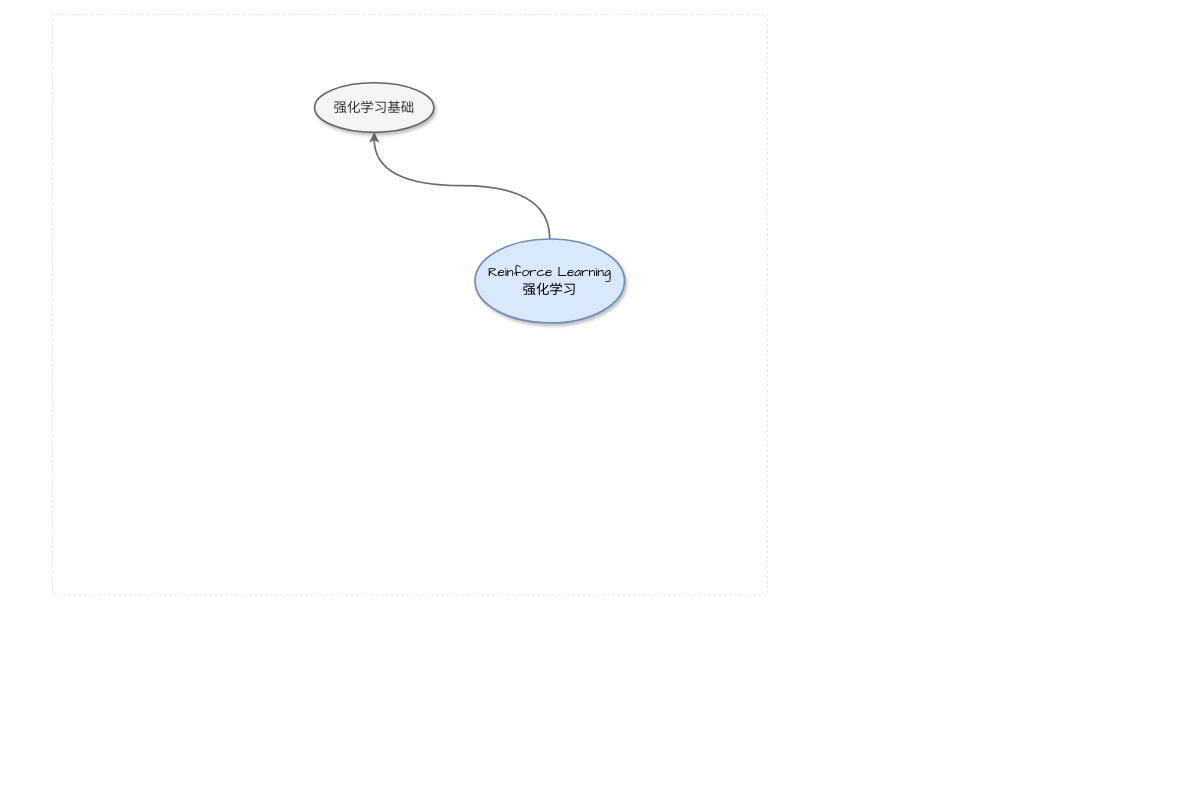
jongsh/drawio keeps this draw.io diagram as 强化学习/强化学习.drawio. Above is the earlier version. Source tidied: cells renumbered, new cells numbered last; positions are measured from the earlier drawing's top-left corner, leaving out a move shared by most shapes. Both pictures are drawn from the tidied source at 84%, with x=0, y=0 at pixel (52, 14).
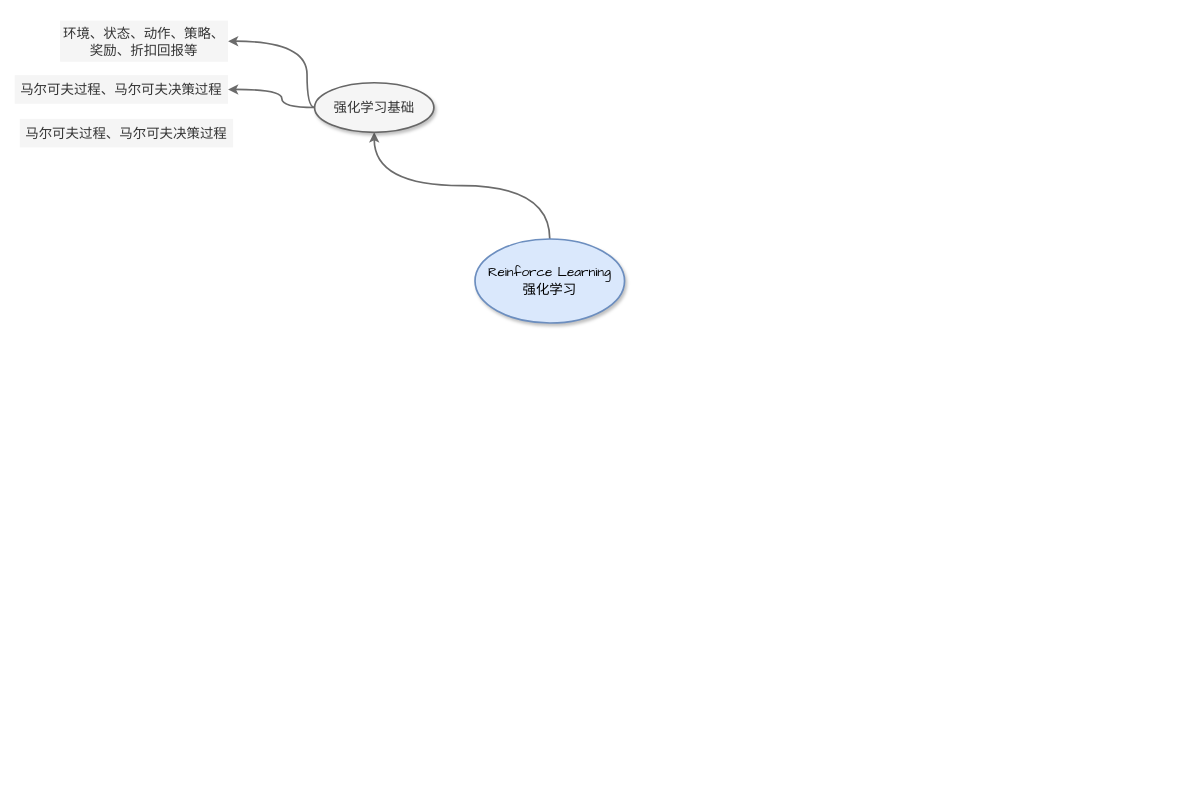
The same diagram, later.

Commit message:
更新强化学习.drawio

The edit, as a diff of the source:
```diff
@@
 <mxGraphModel>
   <root>
     <mxCell id="0" />
     <mxCell id="1" parent="0" />
-    <mxCell id="2" style="swimlane;html=1;startSize=20;horizontal=1;containerType=tree;labelBackgroundColor=none;strokeColor=#D4E1F5;strokeWidth=1;fillColor=none;fontFamily=Comic Sans MS;fontSize=16;swimlaneLine=0;dashed=1;swimlaneFillColor=none;" parent="1" vertex="1">
-      <mxGeometry width="851" height="691" as="geometry" />
+    <mxCell id="2" style="swimlane;html=1;startSize=20;horizontal=1;containerType=tree;labelBackgroundColor=none;strokeColor=none;strokeWidth=1;fillColor=none;fontFamily=Comic Sans MS;fontSize=16;swimlaneLine=0;dashed=1;swimlaneFillColor=none;" parent="1" vertex="1">
+      <mxGeometry width="1332" height="907" as="geometry" />
     </mxCell>
-    <mxCell id="3" style="edgeStyle=orthogonalEdgeStyle;rounded=0;jettySize=auto;html=1;exitX=0.5;exitY=0;exitDx=0;exitDy=0;entryX=0.5;entryY=1;entryDx=0;entryDy=0;curved=1;strokeWidth=2;strokeColor=light-dark(#6b6b6b, #ededed);" parent="2" edge="1" source="4" target="5">
+    <mxCell id="3" style="edgeStyle=orthogonalEdgeStyle;rounded=0;jettySize=auto;html=1;exitX=0.5;exitY=0;exitDx=0;exitDy=0;entryX=0.5;entryY=1;entryDx=0;entryDy=0;curved=1;strokeWidth=2;strokeColor=light-dark(#6b6b6b, #ededed);fontSize=16;" parent="2" edge="1" source="4" target="5">
       <mxGeometry relative="1" as="geometry" />
     </mxCell>
     <mxCell id="4" value="&lt;font face=&quot;Comic Sans MS&quot;&gt;Reinforce Learning&lt;/font&gt;&lt;div&gt;&lt;font face=&quot;Comic Sans MS&quot;&gt;强化学习&lt;/font&gt;&lt;/div&gt;" style="ellipse;whiteSpace=wrap;html=1;align=center;strokeWidth=2;fontSize=16;fillColor=#dae8fc;strokeColor=#6c8ebf;shadow=1;" parent="2" vertex="1">
       <mxGeometry x="503" y="267" width="178" height="100" as="geometry" />
     </mxCell>
+    <mxCell id="6" style="edgeStyle=orthogonalEdgeStyle;rounded=0;jettySize=auto;html=1;exitX=0;exitY=0.5;exitDx=0;exitDy=0;entryX=1;entryY=0.5;entryDx=0;entryDy=0;curved=1;strokeWidth=2;strokeColor=light-dark(#6b6b6b, #ededed);" parent="2" edge="1" source="5" target="9">
+      <mxGeometry relative="1" as="geometry">
+        <Array as="points">
+          <mxPoint x="273" y="111" />
+          <mxPoint x="273" y="89" />
+        </Array>
+      </mxGeometry>
+    </mxCell>
+    <mxCell id="7" style="edgeStyle=orthogonalEdgeStyle;rounded=0;jettySize=auto;html=1;exitX=0;exitY=0.5;exitDx=0;exitDy=0;entryX=1;entryY=0.5;entryDx=0;entryDy=0;curved=1;strokeWidth=2;strokeColor=light-dark(#6b6b6b, #ededed);" parent="2" edge="1" source="5" target="8">
+      <mxGeometry relative="1" as="geometry">
+        <Array as="points">
+          <mxPoint x="303" y="111" />
+          <mxPoint x="303" y="31" />
+        </Array>
+      </mxGeometry>
+    </mxCell>
     <mxCell id="5" value="&lt;div&gt;&lt;font face=&quot;Comic Sans MS&quot;&gt;强化学习基础&lt;/font&gt;&lt;/div&gt;" style="ellipse;whiteSpace=wrap;html=1;align=center;strokeWidth=2;fontSize=16;shadow=1;fillColor=#f5f5f5;fontColor=#333333;strokeColor=#666666;" parent="2" vertex="1">
       <mxGeometry x="312" y="81" width="142" height="59" as="geometry" />
     </mxCell>
+    <mxCell id="8" value="环境、状态、动作、策略、奖励、折扣回报等" style="text;html=1;align=center;verticalAlign=middle;whiteSpace=wrap;rounded=0;fontSize=16;fillColor=#f5f5f5;fontColor=#333333;strokeColor=none;" parent="2" vertex="1">
+      <mxGeometry x="9" y="7" width="200" height="49" as="geometry" />
+    </mxCell>
+    <mxCell id="9" value="马尔可夫过程、马尔可夫决策过程" style="text;html=1;align=center;verticalAlign=middle;whiteSpace=wrap;rounded=0;fontSize=16;fillColor=#f5f5f5;fontColor=#333333;strokeColor=none;" parent="2" vertex="1">
+      <mxGeometry x="-45" y="72" width="254" height="34" as="geometry" />
+    </mxCell>
+    <mxCell id="10" value="马尔可夫过程、马尔可夫决策过程" style="text;html=1;align=center;verticalAlign=middle;whiteSpace=wrap;rounded=0;fontSize=16;fillColor=#f5f5f5;fontColor=#333333;strokeColor=none;" parent="2" vertex="1">
+      <mxGeometry x="-39" y="124" width="254" height="34" as="geometry" />
+    </mxCell>
   </root>
 </mxGraphModel>
```
